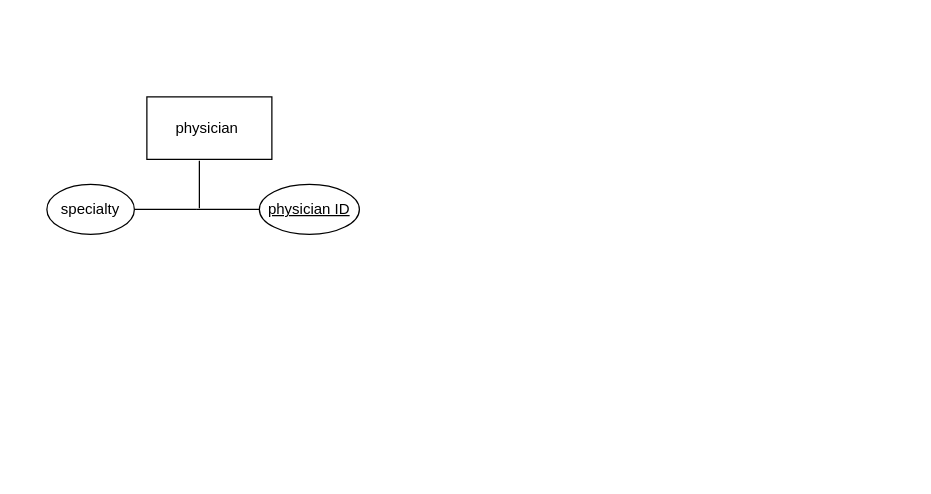
Earlier version of the draw.io diagram Medical Solutions Hospital.drawio (victoriapuck15/ERdiagrams-). Source tidied: cells renumbered, new cells numbered last; positions are measured from the earlier drawing's top-left corner, leaving out a move shared by most shapes. Both pictures are drawn from the tidied source at 125%, with x=0, y=0 at pixel (46, 96).
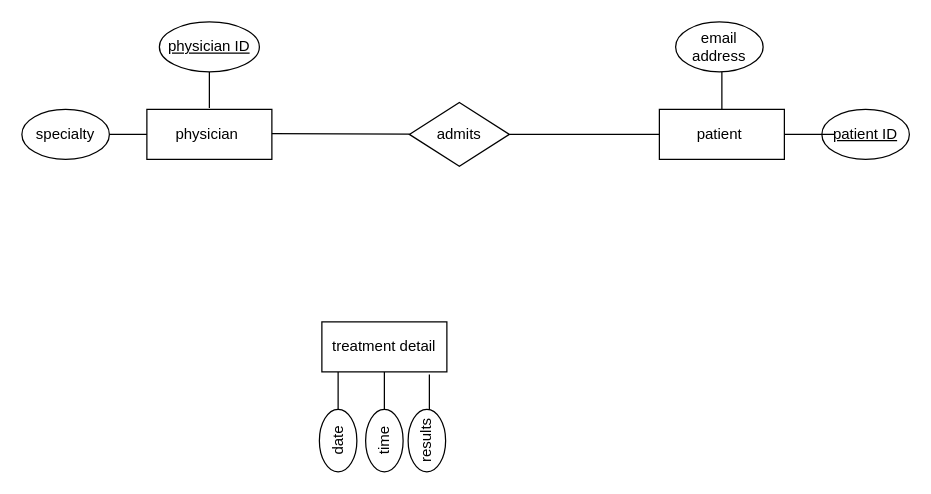
The same page after the edit.

What changed in the source:
```diff
@@
     <mxCell id="2" value="physician&amp;nbsp;" style="rounded=0;whiteSpace=wrap;html=1;" parent="1" vertex="1">
-      <mxGeometry x="80" width="100" height="50" as="geometry" />
+      <mxGeometry x="80" y="10" width="100" height="40" as="geometry" />
     </mxCell>
-    <mxCell id="3" style="endArrow=none;html=1;rounded=0;" parent="1" edge="1">
+    <mxCell id="3" style="endArrow=none;html=1;rounded=0;exitX=0;exitY=0.5;exitDx=0;exitDy=0;" parent="1" edge="1" source="2">
       <mxGeometry relative="1" as="geometry">
-        <mxPoint x="122" y="89" as="sourcePoint" />
-        <mxPoint x="122" y="51" as="targetPoint" />
+        <mxPoint x="50" y="30" as="targetPoint" />
       </mxGeometry>
     </mxCell>
-    <mxCell id="4" style="endArrow=none;html=1;rounded=0;" parent="1" edge="1">
-      <mxGeometry relative="1" as="geometry">
-        <mxPoint x="120" y="90" as="sourcePoint" />
-        <mxPoint x="170" y="90" as="targetPoint" />
-      </mxGeometry>
-    </mxCell>
     <mxCell id="5" style="endArrow=none;html=1;rounded=0;" parent="1" edge="1">
       <mxGeometry relative="1" as="geometry">
-        <mxPoint x="70" y="90" as="sourcePoint" />
-        <mxPoint x="120" y="90" as="targetPoint" />
+        <mxPoint x="130" y="8.8" as="sourcePoint" />
+        <mxPoint x="130" y="-20" as="targetPoint" />
       </mxGeometry>
     </mxCell>
     <mxCell id="6" value="&lt;u&gt;physician ID&lt;/u&gt;" style="ellipse;whiteSpace=wrap;html=1;" parent="1" vertex="1">
-      <mxGeometry x="170" y="70" width="80" height="40" as="geometry" />
+      <mxGeometry x="90" y="-60" width="80" height="40" as="geometry" />
     </mxCell>
     <mxCell id="7" value="specialty" style="ellipse;whiteSpace=wrap;html=1;" parent="1" vertex="1">
-      <mxGeometry y="70" width="70" height="40" as="geometry" />
+      <mxGeometry x="-20" y="10" width="70" height="40" as="geometry" />
     </mxCell>
+    <mxCell id="8" value="patient&amp;nbsp;" style="rounded=0;whiteSpace=wrap;html=1;" parent="1" vertex="1">
+      <mxGeometry x="490" y="10" width="100" height="40" as="geometry" />
+    </mxCell>
+    <mxCell id="9" value="email address" style="ellipse;whiteSpace=wrap;html=1;" parent="1" vertex="1">
+      <mxGeometry x="503" y="-60" width="70" height="40" as="geometry" />
+    </mxCell>
+    <mxCell id="10" value="&lt;u&gt;patient ID&lt;/u&gt;" style="ellipse;whiteSpace=wrap;html=1;" parent="1" vertex="1">
+      <mxGeometry x="620" y="10" width="70" height="40" as="geometry" />
+    </mxCell>
+    <mxCell id="11" style="edgeStyle=orthogonalEdgeStyle;rounded=0;orthogonalLoop=1;jettySize=auto;html=1;exitX=0.5;exitY=1;exitDx=0;exitDy=0;" parent="1" edge="1" source="6" target="6">
+      <mxGeometry relative="1" as="geometry" />
+    </mxCell>
+    <mxCell id="12" style="endArrow=none;html=1;rounded=0;" parent="1" edge="1">
+      <mxGeometry relative="1" as="geometry">
+        <mxPoint x="590" y="30" as="sourcePoint" />
+        <mxPoint x="630" y="30" as="targetPoint" />
+      </mxGeometry>
+    </mxCell>
+    <mxCell id="13" style="endArrow=none;html=1;rounded=0;exitX=0.5;exitY=0;exitDx=0;exitDy=0;" parent="1" edge="1" source="8">
+      <mxGeometry relative="1" as="geometry">
+        <mxPoint x="540" y="-20" as="targetPoint" />
+      </mxGeometry>
+    </mxCell>
+    <mxCell id="14" value="treatment detail" style="rounded=0;whiteSpace=wrap;html=1;" parent="1" vertex="1">
+      <mxGeometry x="220" y="180" width="100" height="40" as="geometry" />
+    </mxCell>
+    <mxCell id="15" style="endArrow=none;html=1;rounded=0;exitX=0.25;exitY=1;exitDx=0;exitDy=0;" parent="1" edge="1">
+      <mxGeometry relative="1" as="geometry">
+        <mxPoint x="233" y="220" as="sourcePoint" />
+        <mxPoint x="233" y="260" as="targetPoint" />
+      </mxGeometry>
+    </mxCell>
+    <mxCell id="16" value="date" style="ellipse;whiteSpace=wrap;html=1;rotation=-90;" parent="1" vertex="1">
+      <mxGeometry x="208" y="260" width="50" height="30" as="geometry" />
+    </mxCell>
+    <mxCell id="17" style="endArrow=none;html=1;rounded=0;exitX=0.5;exitY=1;exitDx=0;exitDy=0;" parent="1" edge="1">
+      <mxGeometry relative="1" as="geometry">
+        <mxPoint x="270" y="220" as="sourcePoint" />
+        <mxPoint x="270" y="250" as="targetPoint" />
+      </mxGeometry>
+    </mxCell>
+    <mxCell id="18" value="time&lt;br&gt;" style="ellipse;whiteSpace=wrap;html=1;rotation=-90;" parent="1" vertex="1">
+      <mxGeometry x="245" y="260" width="50" height="30" as="geometry" />
+    </mxCell>
+    <mxCell id="19" style="endArrow=none;html=1;rounded=0;exitX=0.5;exitY=1;exitDx=0;exitDy=0;" parent="1" edge="1">
+      <mxGeometry relative="1" as="geometry">
+        <mxPoint x="306" y="222" as="sourcePoint" />
+        <mxPoint x="306" y="252" as="targetPoint" />
+      </mxGeometry>
+    </mxCell>
+    <mxCell id="20" value="results" style="ellipse;whiteSpace=wrap;html=1;rotation=-90;" parent="1" vertex="1">
+      <mxGeometry x="279" y="260" width="50" height="30" as="geometry" />
+    </mxCell>
+    <mxCell id="21" style="endArrow=none;html=1;rounded=0;" parent="1" edge="1" target="22">
+      <mxGeometry relative="1" as="geometry">
+        <mxPoint x="180" y="29.4" as="sourcePoint" />
+      </mxGeometry>
+    </mxCell>
+    <mxCell id="22" value="admits" style="shape=rhombus;perimeter=rhombusPerimeter;whiteSpace=wrap;html=1;align=center;" parent="1" vertex="1">
+      <mxGeometry x="290" y="4.5" width="80" height="51" as="geometry" />
+    </mxCell>
+    <mxCell id="23" style="endArrow=none;html=1;rounded=0;" parent="1" edge="1">
+      <mxGeometry relative="1" as="geometry">
+        <mxPoint x="370" y="30" as="sourcePoint" />
+        <mxPoint x="490" y="30" as="targetPoint" />
+      </mxGeometry>
+    </mxCell>
```
